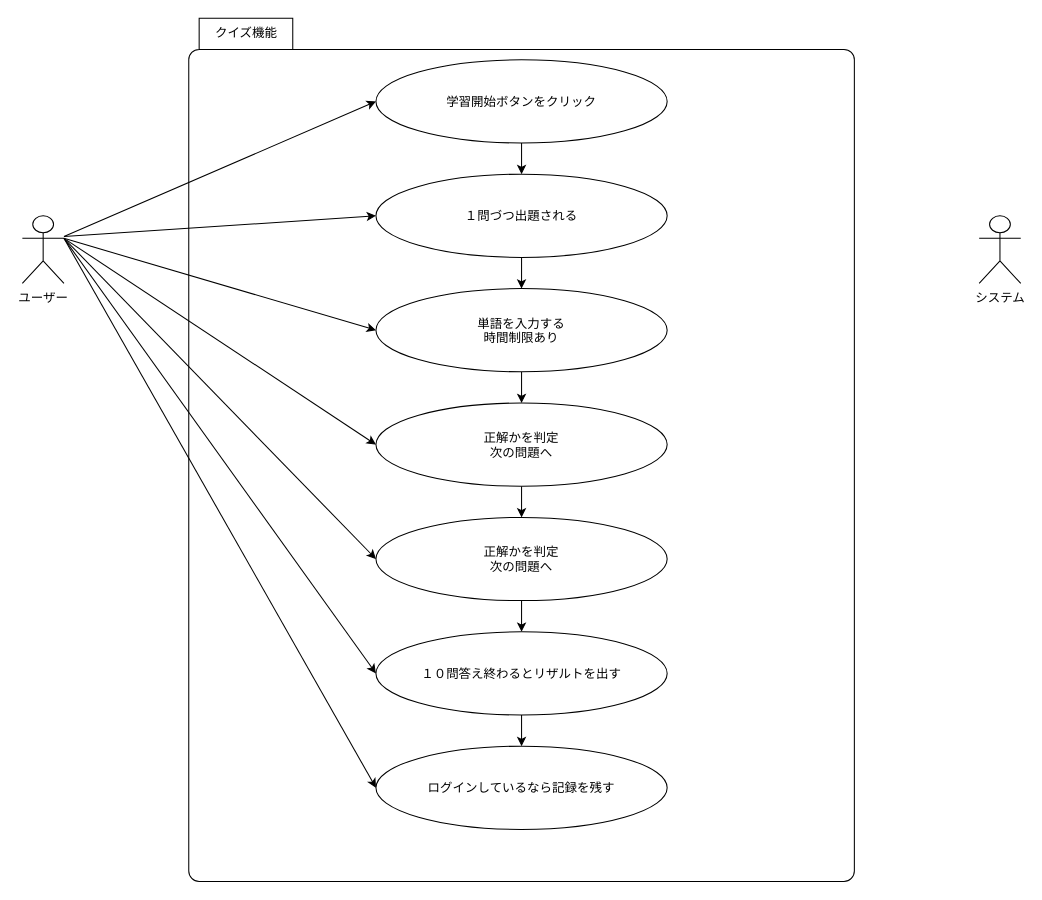
wisdom-plus/Ewords keeps this draw.io diagram as doc/usecase.dio. Above is the earlier version. Source tidied: cells renumbered, new cells numbered last; positions are measured from the earlier drawing's top-left corner, leaving out a move shared by most shapes. Both pictures are drawn from the tidied source at 104%, with x=0, y=0 at pixel (22, 18).
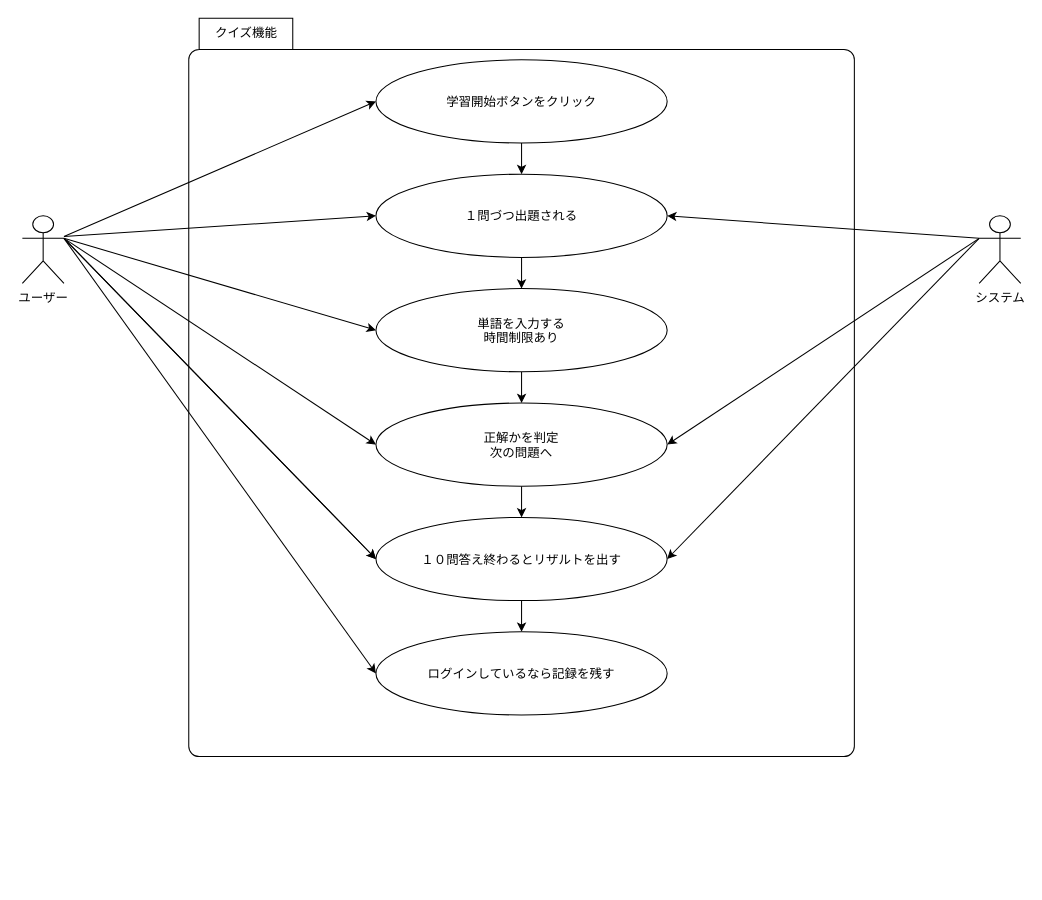
Above is the later version.

Commit message:
add:usecase_qizu

The change refers to these unchanged cells:
```xml
<mxCell id="9" value="ユーザー" style="shape=umlActor;verticalLabelPosition=bottom;verticalAlign=top;html=1;" parent="1" vertex="1">
  <mxGeometry y="190" width="40" height="65" as="geometry" />
</mxCell>
<mxCell id="12" value="システム&lt;br&gt;" style="shape=umlActor;verticalLabelPosition=bottom;verticalAlign=top;html=1;" parent="1" vertex="1">
  <mxGeometry x="920" y="190" width="40" height="65" as="geometry" />
</mxCell>
<mxCell id="15" value="１問づつ出題される" style="ellipse;" parent="1" vertex="1">
  <mxGeometry x="340" y="150" width="280" height="80" as="geometry" />
</mxCell>
<mxCell id="19" value="正解かを判定&#10;次の問題へ" style="ellipse;" parent="1" vertex="1">
  <mxGeometry x="340" y="370" width="280" height="80" as="geometry" />
</mxCell>
```

Diff of the diagram source:
```diff
@@
     <mxCell id="2" value="クイズ機能" style="shape=folder;align=center;verticalAlign=middle;fontStyle=0;tabWidth=100;tabHeight=30;tabPosition=left;html=1;boundedLbl=1;labelInHeader=1;rounded=1;absoluteArcSize=1;arcSize=10;" parent="1" vertex="1">
-      <mxGeometry x="160" width="640" height="830" as="geometry" />
+      <mxGeometry x="160" width="640" height="710" as="geometry" />
     </mxCell>
@@
-    <mxCell id="6" style="edgeStyle=none;html=1;exitX=1;exitY=0.3333333333333333;exitDx=0;exitDy=0;exitPerimeter=0;entryX=0;entryY=0.5;entryDx=0;entryDy=0;" parent="1" edge="1" source="9" target="21">
-      <mxGeometry relative="1" as="geometry" />
+    <mxCell id="6" style="edgeStyle=none;html=1;exitX=1;exitY=0.3333333333333333;exitDx=0;exitDy=0;exitPerimeter=0;entryX=0;entryY=0.5;entryDx=0;entryDy=0;" parent="1" edge="1" source="9">
+      <mxGeometry relative="1" as="geometry">
+        <mxPoint x="340" y="520" as="targetPoint" />
+      </mxGeometry>
     </mxCell>
@@
+    <mxCell id="25" style="edgeStyle=none;html=1;entryX=1;entryY=0.5;entryDx=0;entryDy=0;exitX=0;exitY=0.3333333333333333;exitDx=0;exitDy=0;exitPerimeter=0;" parent="1" edge="1" source="12" target="15">
+      <mxGeometry relative="1" as="geometry" />
+    </mxCell>
+    <mxCell id="26" style="edgeStyle=none;html=1;exitX=0;exitY=0.3333333333333333;exitDx=0;exitDy=0;exitPerimeter=0;entryX=1;entryY=0.5;entryDx=0;entryDy=0;" parent="1" edge="1" source="12" target="19">
+      <mxGeometry relative="1" as="geometry" />
+    </mxCell>
+    <mxCell id="27" style="edgeStyle=none;html=1;exitX=0;exitY=0.3333333333333333;exitDx=0;exitDy=0;exitPerimeter=0;entryX=1;entryY=0.5;entryDx=0;entryDy=0;" parent="1" edge="1" source="12" target="23">
+      <mxGeometry relative="1" as="geometry" />
+    </mxCell>
@@
-    <mxCell id="18" style="edgeStyle=none;html=1;exitX=0.5;exitY=1;exitDx=0;exitDy=0;entryX=0.5;entryY=0;entryDx=0;entryDy=0;" parent="1" edge="1" source="19" target="21">
-      <mxGeometry relative="1" as="geometry" />
+    <mxCell id="18" style="edgeStyle=none;html=1;exitX=0.5;exitY=1;exitDx=0;exitDy=0;entryX=0.5;entryY=0;entryDx=0;entryDy=0;" parent="1" edge="1" source="19">
+      <mxGeometry relative="1" as="geometry">
+        <mxPoint x="480" y="480" as="targetPoint" />
+      </mxGeometry>
     </mxCell>
@@
-    <mxCell id="20" style="edgeStyle=none;html=1;exitX=0.5;exitY=1;exitDx=0;exitDy=0;entryX=0.5;entryY=0;entryDx=0;entryDy=0;" parent="1" edge="1" source="21" target="23">
-      <mxGeometry relative="1" as="geometry" />
-    </mxCell>
-    <mxCell id="21" value="正解かを判定&#10;次の問題へ" style="ellipse;" parent="1" vertex="1">
-      <mxGeometry x="340" y="480" width="280" height="80" as="geometry" />
-    </mxCell>
@@
     <mxCell id="23" value="１０問答え終わるとリザルトを出す" style="ellipse;" parent="1" vertex="1">
-      <mxGeometry x="340" y="590" width="280" height="80" as="geometry" />
+      <mxGeometry x="340" y="480" width="280" height="80" as="geometry" />
     </mxCell>
     <mxCell id="24" value="ログインしているなら記録を残す" style="ellipse;" parent="1" vertex="1">
-      <mxGeometry x="340" y="700" width="280" height="80" as="geometry" />
+      <mxGeometry x="340" y="590" width="280" height="80" as="geometry" />
     </mxCell>
```
